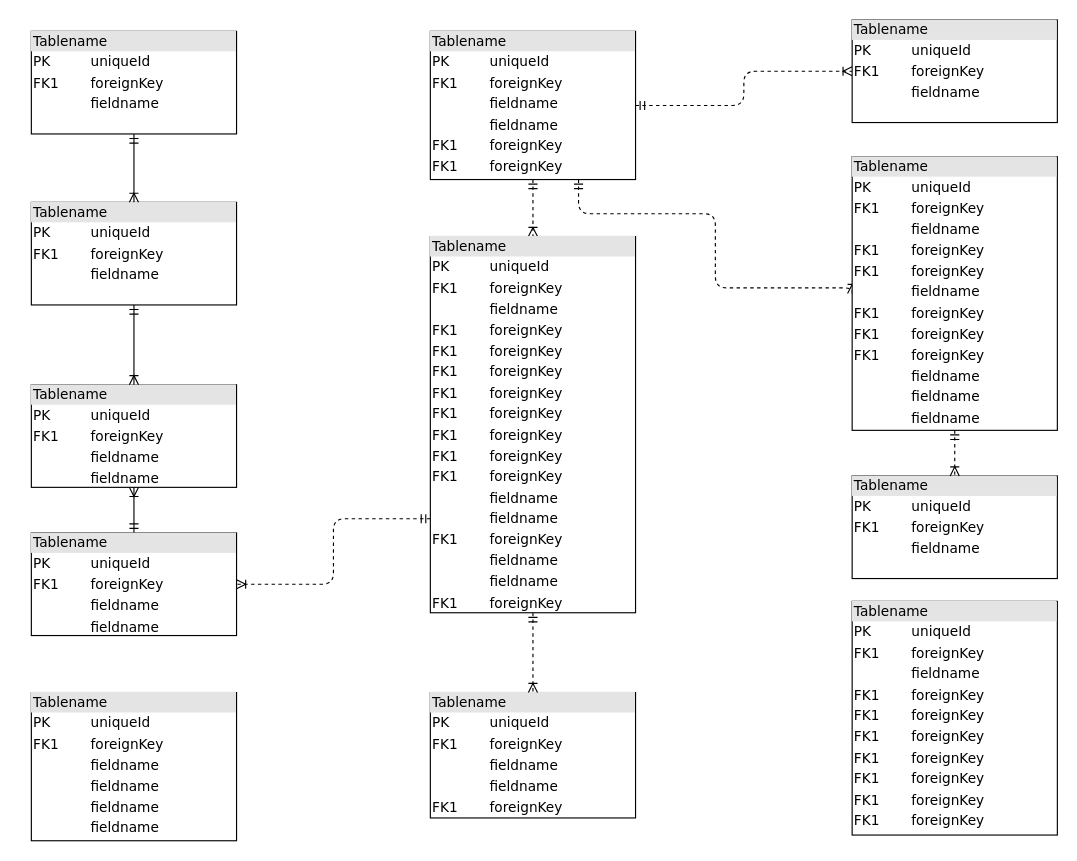
Earlier version of the draw.io diagram act2/Untitled Diagram.drawio (DemiurgeApeiron/A01028325-InternetOfThings). Source tidied: cells renumbered, new cells numbered last; positions are measured from the earlier drawing's top-left corner, leaving out a move shared by most shapes. Both pictures are drawn from the tidied source at 114%, with x=0, y=0 at pixel (31, 19).
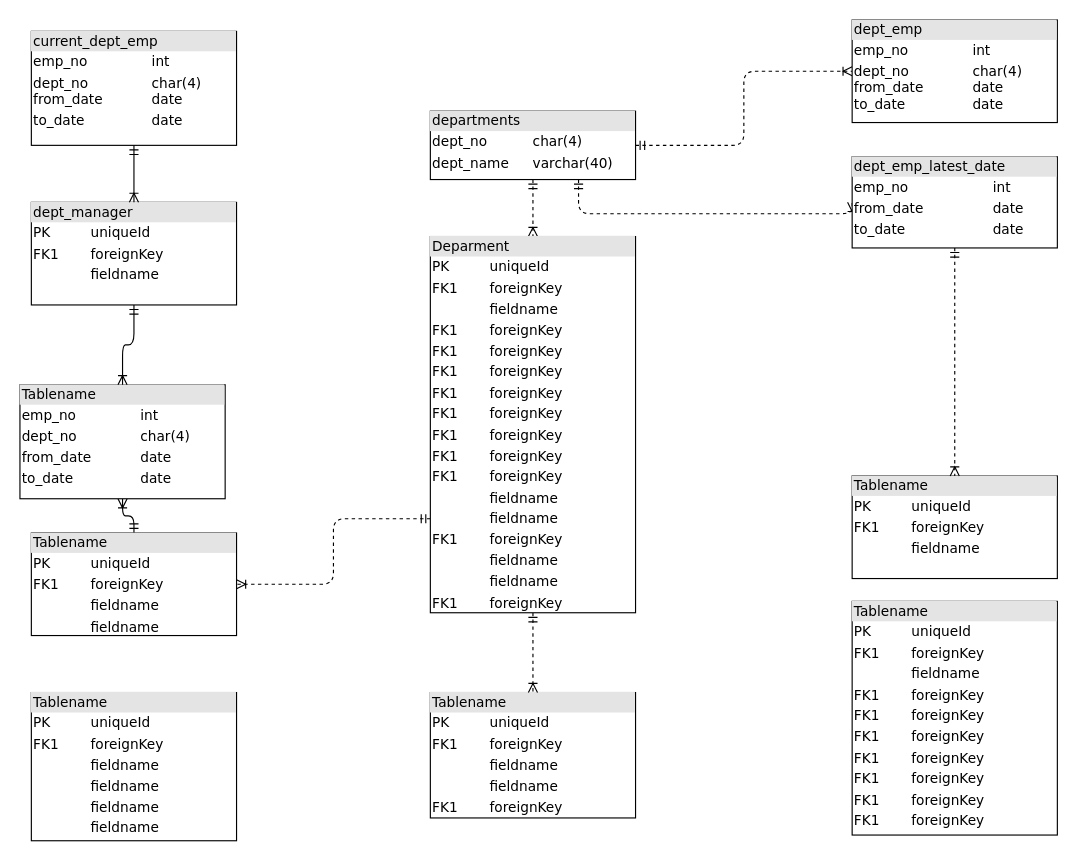
Above is the later version.

Change to the diagram source:
```diff
@@
-    <mxCell id="2" value="&lt;div style=&quot;box-sizing:border-box;width:100%;background:#e4e4e4;padding:2px;&quot;&gt;Tablename&lt;/div&gt;&lt;table style=&quot;width:100%;font-size:1em;&quot; cellpadding=&quot;2&quot; cellspacing=&quot;0&quot;&gt;&lt;tr&gt;&lt;td&gt;PK&lt;/td&gt;&lt;td&gt;uniqueId&lt;/td&gt;&lt;/tr&gt;&lt;tr&gt;&lt;td&gt;FK1&lt;/td&gt;&lt;td&gt;foreignKey&lt;/td&gt;&lt;/tr&gt;&lt;tr&gt;&lt;td&gt;&lt;/td&gt;&lt;td&gt;fieldname&lt;/td&gt;&lt;/tr&gt;&lt;/table&gt;" style="verticalAlign=top;align=left;overflow=fill;html=1;rounded=0;shadow=0;comic=0;labelBackgroundColor=none;strokeWidth=1;fontFamily=Verdana;fontSize=12;" parent="1" vertex="1">
-      <mxGeometry y="10" width="180" height="90" as="geometry" />
+    <mxCell id="2" value="&lt;div style=&quot;box-sizing: border-box ; width: 100% ; background: #e4e4e4 ; padding: 2px&quot;&gt;current_dept_emp&lt;/div&gt;&lt;table style=&quot;width: 100% ; font-size: 1em&quot; cellspacing=&quot;0&quot; cellpadding=&quot;2&quot;&gt;&lt;tbody&gt;&lt;tr&gt;&lt;td&gt;emp_no&lt;br&gt;&lt;/td&gt;&lt;td&gt;int&lt;/td&gt;&lt;/tr&gt;&lt;tr&gt;&lt;td&gt;dept_no&lt;br&gt;from_date&lt;br&gt;&lt;/td&gt;&lt;td&gt;char(4)&lt;br&gt;date&lt;br&gt;&lt;/td&gt;&lt;/tr&gt;&lt;tr&gt;&lt;td&gt;to_date&lt;br&gt;&lt;/td&gt;&lt;td&gt;date&lt;/td&gt;&lt;/tr&gt;&lt;/tbody&gt;&lt;/table&gt;" style="verticalAlign=top;align=left;overflow=fill;html=1;rounded=0;shadow=0;comic=0;labelBackgroundColor=none;strokeWidth=1;fontFamily=Verdana;fontSize=12;" parent="1" vertex="1">
+      <mxGeometry y="10" width="180" height="100" as="geometry" />
     </mxCell>
@@
     <mxCell id="4" style="edgeStyle=orthogonalEdgeStyle;html=1;dashed=1;labelBackgroundColor=none;startArrow=ERmandOne;endArrow=ERoneToMany;fontFamily=Verdana;fontSize=12;align=left;entryX=0;entryY=0.5;" parent="1" edge="1" source="6" target="19">
       <mxGeometry relative="1" as="geometry">
         <Array as="points">
           <mxPoint x="480" y="170" />
-          <mxPoint x="600" y="170" />
-          <mxPoint x="600" y="235" />
+          <mxPoint x="720" y="170" />
         </Array>
       </mxGeometry>
     </mxCell>
@@
-    <mxCell id="6" value="&lt;div style=&quot;box-sizing: border-box ; width: 100% ; background: #e4e4e4 ; padding: 2px&quot;&gt;Tablename&lt;/div&gt;&lt;table style=&quot;width: 100% ; font-size: 1em&quot; cellpadding=&quot;2&quot; cellspacing=&quot;0&quot;&gt;&lt;tbody&gt;&lt;tr&gt;&lt;td&gt;PK&lt;/td&gt;&lt;td&gt;uniqueId&lt;/td&gt;&lt;/tr&gt;&lt;tr&gt;&lt;td&gt;FK1&lt;/td&gt;&lt;td&gt;foreignKey&lt;/td&gt;&lt;/tr&gt;&lt;tr&gt;&lt;td&gt;&lt;/td&gt;&lt;td&gt;fieldname&lt;/td&gt;&lt;/tr&gt;&lt;tr&gt;&lt;td&gt;&lt;br&gt;&lt;/td&gt;&lt;td&gt;fieldname&lt;br&gt;&lt;/td&gt;&lt;/tr&gt;&lt;tr&gt;&lt;td&gt;FK1&lt;br&gt;&lt;/td&gt;&lt;td&gt;foreignKey&lt;br&gt;&lt;/td&gt;&lt;/tr&gt;&lt;tr&gt;&lt;td&gt;FK1&lt;br&gt;&lt;/td&gt;&lt;td&gt;foreignKey&lt;br&gt;&lt;/td&gt;&lt;/tr&gt;&lt;/tbody&gt;&lt;/table&gt;" style="verticalAlign=top;align=left;overflow=fill;html=1;rounded=0;shadow=0;comic=0;labelBackgroundColor=none;strokeWidth=1;fontFamily=Verdana;fontSize=12;" parent="1" vertex="1">
-      <mxGeometry x="350" y="10" width="180" height="130" as="geometry" />
+    <mxCell id="6" value="&lt;div style=&quot;box-sizing: border-box ; width: 100% ; background: #e4e4e4 ; padding: 2px&quot;&gt;departments&lt;/div&gt;&lt;table style=&quot;width: 100% ; font-size: 1em&quot; cellspacing=&quot;0&quot; cellpadding=&quot;2&quot;&gt;&lt;tbody&gt;&lt;tr&gt;&lt;td&gt;dept_no&lt;/td&gt;&lt;td&gt;char(4)&lt;/td&gt;&lt;/tr&gt;&lt;tr&gt;&lt;td&gt;dept_name&lt;/td&gt;&lt;td&gt;varchar(40)&lt;/td&gt;&lt;/tr&gt;&lt;tr&gt;&lt;td&gt;&lt;br&gt;&lt;/td&gt;&lt;td&gt;&lt;br&gt;&lt;/td&gt;&lt;/tr&gt;&lt;tr&gt;&lt;td&gt;&lt;br&gt;&lt;/td&gt;&lt;td&gt;&lt;br&gt;&lt;/td&gt;&lt;/tr&gt;&lt;tr&gt;&lt;td&gt;&lt;br&gt;&lt;/td&gt;&lt;td&gt;&lt;br&gt;&lt;/td&gt;&lt;/tr&gt;&lt;tr&gt;&lt;td&gt;&lt;br&gt;&lt;/td&gt;&lt;td&gt;&lt;br&gt;&lt;/td&gt;&lt;/tr&gt;&lt;/tbody&gt;&lt;/table&gt;" style="verticalAlign=top;align=left;overflow=fill;html=1;rounded=0;shadow=0;comic=0;labelBackgroundColor=none;strokeWidth=1;fontFamily=Verdana;fontSize=12;" parent="1" vertex="1">
+      <mxGeometry x="350" y="80" width="180" height="60" as="geometry" />
     </mxCell>
@@
-    <mxCell id="10" value="&lt;div style=&quot;box-sizing: border-box ; width: 100% ; background: #e4e4e4 ; padding: 2px&quot;&gt;Tablename&lt;/div&gt;&lt;table style=&quot;width: 100% ; font-size: 1em&quot; cellpadding=&quot;2&quot; cellspacing=&quot;0&quot;&gt;&lt;tbody&gt;&lt;tr&gt;&lt;td&gt;PK&lt;/td&gt;&lt;td&gt;uniqueId&lt;/td&gt;&lt;/tr&gt;&lt;tr&gt;&lt;td&gt;FK1&lt;/td&gt;&lt;td&gt;foreignKey&lt;/td&gt;&lt;/tr&gt;&lt;tr&gt;&lt;td&gt;&lt;/td&gt;&lt;td&gt;fieldname&lt;/td&gt;&lt;/tr&gt;&lt;tr&gt;&lt;td&gt;&lt;br&gt;&lt;/td&gt;&lt;td&gt;fieldname&lt;br&gt;&lt;/td&gt;&lt;/tr&gt;&lt;/tbody&gt;&lt;/table&gt;" style="verticalAlign=top;align=left;overflow=fill;html=1;rounded=0;shadow=0;comic=0;labelBackgroundColor=none;strokeWidth=1;fontFamily=Verdana;fontSize=12;" parent="1" vertex="1">
-      <mxGeometry y="320" width="180" height="90" as="geometry" />
+    <mxCell id="10" value="&lt;div style=&quot;box-sizing: border-box ; width: 100% ; background: #e4e4e4 ; padding: 2px&quot;&gt;Tablename&lt;/div&gt;&lt;table style=&quot;width: 100% ; font-size: 1em&quot; cellspacing=&quot;0&quot; cellpadding=&quot;2&quot;&gt;&lt;tbody&gt;&lt;tr&gt;&lt;td&gt;emp_no&lt;/td&gt;&lt;td&gt;int&lt;/td&gt;&lt;/tr&gt;&lt;tr&gt;&lt;td&gt;dept_no&lt;/td&gt;&lt;td&gt;char(4)&lt;/td&gt;&lt;/tr&gt;&lt;tr&gt;&lt;td&gt;from_date&lt;br&gt;&lt;/td&gt;&lt;td&gt;date&lt;/td&gt;&lt;/tr&gt;&lt;tr&gt;&lt;td&gt;to_date&lt;br&gt;&lt;/td&gt;&lt;td&gt;date&lt;br&gt;&lt;/td&gt;&lt;/tr&gt;&lt;/tbody&gt;&lt;/table&gt;" style="verticalAlign=top;align=left;overflow=fill;html=1;rounded=0;shadow=0;comic=0;labelBackgroundColor=none;strokeWidth=1;fontFamily=Verdana;fontSize=12;" parent="1" vertex="1">
+      <mxGeometry x="-10" y="320" width="180" height="100" as="geometry" />
     </mxCell>
@@
-    <mxCell id="12" value="&lt;div style=&quot;box-sizing:border-box;width:100%;background:#e4e4e4;padding:2px;&quot;&gt;Tablename&lt;/div&gt;&lt;table style=&quot;width:100%;font-size:1em;&quot; cellpadding=&quot;2&quot; cellspacing=&quot;0&quot;&gt;&lt;tr&gt;&lt;td&gt;PK&lt;/td&gt;&lt;td&gt;uniqueId&lt;/td&gt;&lt;/tr&gt;&lt;tr&gt;&lt;td&gt;FK1&lt;/td&gt;&lt;td&gt;foreignKey&lt;/td&gt;&lt;/tr&gt;&lt;tr&gt;&lt;td&gt;&lt;/td&gt;&lt;td&gt;fieldname&lt;/td&gt;&lt;/tr&gt;&lt;/table&gt;" style="verticalAlign=top;align=left;overflow=fill;html=1;rounded=0;shadow=0;comic=0;labelBackgroundColor=none;strokeWidth=1;fontFamily=Verdana;fontSize=12;" parent="1" vertex="1">
+    <mxCell id="12" value="&lt;div style=&quot;box-sizing: border-box ; width: 100% ; background: #e4e4e4 ; padding: 2px&quot;&gt;dept_manager&lt;/div&gt;&lt;table style=&quot;width: 100% ; font-size: 1em&quot; cellspacing=&quot;0&quot; cellpadding=&quot;2&quot;&gt;&lt;tbody&gt;&lt;tr&gt;&lt;td&gt;PK&lt;/td&gt;&lt;td&gt;uniqueId&lt;/td&gt;&lt;/tr&gt;&lt;tr&gt;&lt;td&gt;FK1&lt;/td&gt;&lt;td&gt;foreignKey&lt;/td&gt;&lt;/tr&gt;&lt;tr&gt;&lt;td&gt;&lt;br&gt;&lt;/td&gt;&lt;td&gt;fieldname&lt;/td&gt;&lt;/tr&gt;&lt;/tbody&gt;&lt;/table&gt;" style="verticalAlign=top;align=left;overflow=fill;html=1;rounded=0;shadow=0;comic=0;labelBackgroundColor=none;strokeWidth=1;fontFamily=Verdana;fontSize=12;" parent="1" vertex="1">
       <mxGeometry y="160" width="180" height="90" as="geometry" />
     </mxCell>
@@
-    <mxCell id="16" value="&lt;div style=&quot;box-sizing: border-box ; width: 100% ; background: #e4e4e4 ; padding: 2px&quot;&gt;Tablename&lt;/div&gt;&lt;table style=&quot;width: 100% ; font-size: 1em&quot; cellpadding=&quot;2&quot; cellspacing=&quot;0&quot;&gt;&lt;tbody&gt;&lt;tr&gt;&lt;td&gt;PK&lt;/td&gt;&lt;td&gt;uniqueId&lt;/td&gt;&lt;/tr&gt;&lt;tr&gt;&lt;td&gt;FK1&lt;/td&gt;&lt;td&gt;foreignKey&lt;/td&gt;&lt;/tr&gt;&lt;tr&gt;&lt;td&gt;&lt;/td&gt;&lt;td&gt;fieldname&lt;/td&gt;&lt;/tr&gt;&lt;tr&gt;&lt;td&gt;FK1&lt;br&gt;&lt;/td&gt;&lt;td&gt;foreignKey&lt;br&gt;&lt;/td&gt;&lt;/tr&gt;&lt;tr&gt;&lt;td&gt;FK1&lt;br&gt;&lt;/td&gt;&lt;td&gt;foreignKey&lt;br&gt;&lt;/td&gt;&lt;/tr&gt;&lt;tr&gt;&lt;td&gt;FK1&lt;br&gt;&lt;/td&gt;&lt;td&gt;foreignKey&lt;br&gt;&lt;/td&gt;&lt;/tr&gt;&lt;tr&gt;&lt;td&gt;FK1&lt;br&gt;&lt;/td&gt;&lt;td&gt;foreignKey&lt;br&gt;&lt;/td&gt;&lt;/tr&gt;&lt;tr&gt;&lt;td&gt;FK1&lt;br&gt;&lt;/td&gt;&lt;td&gt;foreignKey&lt;br&gt;&lt;/td&gt;&lt;/tr&gt;&lt;tr&gt;&lt;td&gt;FK1&lt;br&gt;&lt;/td&gt;&lt;td&gt;foreignKey&lt;br&gt;&lt;/td&gt;&lt;/tr&gt;&lt;tr&gt;&lt;td&gt;FK1&lt;br&gt;&lt;/td&gt;&lt;td&gt;foreignKey&lt;br&gt;&lt;/td&gt;&lt;/tr&gt;&lt;tr&gt;&lt;td&gt;FK1&lt;br&gt;&lt;/td&gt;&lt;td&gt;foreignKey&lt;br&gt;&lt;/td&gt;&lt;/tr&gt;&lt;tr&gt;&lt;td&gt;&lt;br&gt;&lt;/td&gt;&lt;td&gt;fieldname&lt;br&gt;&lt;/td&gt;&lt;/tr&gt;&lt;tr&gt;&lt;td&gt;&lt;br&gt;&lt;/td&gt;&lt;td&gt;fieldname&lt;br&gt;&lt;/td&gt;&lt;/tr&gt;&lt;tr&gt;&lt;td&gt;FK1&lt;br&gt;&lt;/td&gt;&lt;td&gt;foreignKey&lt;br&gt;&lt;/td&gt;&lt;/tr&gt;&lt;tr&gt;&lt;td&gt;&lt;br&gt;&lt;/td&gt;&lt;td&gt;fieldname&lt;br&gt;&lt;/td&gt;&lt;/tr&gt;&lt;tr&gt;&lt;td&gt;&lt;br&gt;&lt;/td&gt;&lt;td&gt;fieldname&lt;br&gt;&lt;/td&gt;&lt;/tr&gt;&lt;tr&gt;&lt;td&gt;FK1&lt;br&gt;&lt;/td&gt;&lt;td&gt;foreignKey&lt;br&gt;&lt;/td&gt;&lt;/tr&gt;&lt;/tbody&gt;&lt;/table&gt;" style="verticalAlign=top;align=left;overflow=fill;html=1;rounded=0;shadow=0;comic=0;labelBackgroundColor=none;strokeWidth=1;fontFamily=Verdana;fontSize=12;" parent="1" vertex="1">
+    <mxCell id="16" value="&lt;div style=&quot;box-sizing: border-box ; width: 100% ; background: #e4e4e4 ; padding: 2px&quot;&gt;Deparment&lt;/div&gt;&lt;table style=&quot;width: 100% ; font-size: 1em&quot; cellspacing=&quot;0&quot; cellpadding=&quot;2&quot;&gt;&lt;tbody&gt;&lt;tr&gt;&lt;td&gt;PK&lt;/td&gt;&lt;td&gt;uniqueId&lt;/td&gt;&lt;/tr&gt;&lt;tr&gt;&lt;td&gt;FK1&lt;/td&gt;&lt;td&gt;foreignKey&lt;/td&gt;&lt;/tr&gt;&lt;tr&gt;&lt;td&gt;&lt;br&gt;&lt;/td&gt;&lt;td&gt;fieldname&lt;/td&gt;&lt;/tr&gt;&lt;tr&gt;&lt;td&gt;FK1&lt;br&gt;&lt;/td&gt;&lt;td&gt;foreignKey&lt;br&gt;&lt;/td&gt;&lt;/tr&gt;&lt;tr&gt;&lt;td&gt;FK1&lt;br&gt;&lt;/td&gt;&lt;td&gt;foreignKey&lt;br&gt;&lt;/td&gt;&lt;/tr&gt;&lt;tr&gt;&lt;td&gt;FK1&lt;br&gt;&lt;/td&gt;&lt;td&gt;foreignKey&lt;br&gt;&lt;/td&gt;&lt;/tr&gt;&lt;tr&gt;&lt;td&gt;FK1&lt;br&gt;&lt;/td&gt;&lt;td&gt;foreignKey&lt;br&gt;&lt;/td&gt;&lt;/tr&gt;&lt;tr&gt;&lt;td&gt;FK1&lt;br&gt;&lt;/td&gt;&lt;td&gt;foreignKey&lt;br&gt;&lt;/td&gt;&lt;/tr&gt;&lt;tr&gt;&lt;td&gt;FK1&lt;br&gt;&lt;/td&gt;&lt;td&gt;foreignKey&lt;br&gt;&lt;/td&gt;&lt;/tr&gt;&lt;tr&gt;&lt;td&gt;FK1&lt;br&gt;&lt;/td&gt;&lt;td&gt;foreignKey&lt;br&gt;&lt;/td&gt;&lt;/tr&gt;&lt;tr&gt;&lt;td&gt;FK1&lt;br&gt;&lt;/td&gt;&lt;td&gt;foreignKey&lt;br&gt;&lt;/td&gt;&lt;/tr&gt;&lt;tr&gt;&lt;td&gt;&lt;br&gt;&lt;/td&gt;&lt;td&gt;fieldname&lt;br&gt;&lt;/td&gt;&lt;/tr&gt;&lt;tr&gt;&lt;td&gt;&lt;br&gt;&lt;/td&gt;&lt;td&gt;fieldname&lt;br&gt;&lt;/td&gt;&lt;/tr&gt;&lt;tr&gt;&lt;td&gt;FK1&lt;br&gt;&lt;/td&gt;&lt;td&gt;foreignKey&lt;br&gt;&lt;/td&gt;&lt;/tr&gt;&lt;tr&gt;&lt;td&gt;&lt;br&gt;&lt;/td&gt;&lt;td&gt;fieldname&lt;br&gt;&lt;/td&gt;&lt;/tr&gt;&lt;tr&gt;&lt;td&gt;&lt;br&gt;&lt;/td&gt;&lt;td&gt;fieldname&lt;br&gt;&lt;/td&gt;&lt;/tr&gt;&lt;tr&gt;&lt;td&gt;FK1&lt;br&gt;&lt;/td&gt;&lt;td&gt;foreignKey&lt;br&gt;&lt;/td&gt;&lt;/tr&gt;&lt;/tbody&gt;&lt;/table&gt;" style="verticalAlign=top;align=left;overflow=fill;html=1;rounded=0;shadow=0;comic=0;labelBackgroundColor=none;strokeWidth=1;fontFamily=Verdana;fontSize=12;" parent="1" vertex="1">
       <mxGeometry x="350" y="190" width="180" height="330" as="geometry" />
     </mxCell>
@@
-    <mxCell id="19" value="&lt;div style=&quot;box-sizing: border-box ; width: 100% ; background: #e4e4e4 ; padding: 2px&quot;&gt;Tablename&lt;/div&gt;&lt;table style=&quot;width: 100% ; font-size: 1em&quot; cellpadding=&quot;2&quot; cellspacing=&quot;0&quot;&gt;&lt;tbody&gt;&lt;tr&gt;&lt;td&gt;PK&lt;/td&gt;&lt;td&gt;uniqueId&lt;/td&gt;&lt;/tr&gt;&lt;tr&gt;&lt;td&gt;FK1&lt;/td&gt;&lt;td&gt;foreignKey&lt;/td&gt;&lt;/tr&gt;&lt;tr&gt;&lt;td&gt;&lt;/td&gt;&lt;td&gt;fieldname&lt;/td&gt;&lt;/tr&gt;&lt;tr&gt;&lt;td&gt;FK1&lt;br&gt;&lt;/td&gt;&lt;td&gt;foreignKey&lt;br&gt;&lt;/td&gt;&lt;/tr&gt;&lt;tr&gt;&lt;td&gt;FK1&lt;br&gt;&lt;/td&gt;&lt;td&gt;foreignKey&lt;br&gt;&lt;/td&gt;&lt;/tr&gt;&lt;tr&gt;&lt;td&gt;&lt;br&gt;&lt;/td&gt;&lt;td&gt;fieldname&lt;br&gt;&lt;/td&gt;&lt;/tr&gt;&lt;tr&gt;&lt;td&gt;FK1&lt;br&gt;&lt;/td&gt;&lt;td&gt;foreignKey&lt;br&gt;&lt;/td&gt;&lt;/tr&gt;&lt;tr&gt;&lt;td&gt;FK1&lt;br&gt;&lt;/td&gt;&lt;td&gt;foreignKey&lt;br&gt;&lt;/td&gt;&lt;/tr&gt;&lt;tr&gt;&lt;td&gt;FK1&lt;br&gt;&lt;/td&gt;&lt;td&gt;foreignKey&lt;br&gt;&lt;/td&gt;&lt;/tr&gt;&lt;tr&gt;&lt;td&gt;&lt;br&gt;&lt;/td&gt;&lt;td&gt;fieldname&lt;br&gt;&lt;/td&gt;&lt;/tr&gt;&lt;tr&gt;&lt;td&gt;&lt;br&gt;&lt;/td&gt;&lt;td&gt;fieldname&lt;br&gt;&lt;/td&gt;&lt;/tr&gt;&lt;tr&gt;&lt;td&gt;&lt;br&gt;&lt;/td&gt;&lt;td&gt;fieldname&lt;br&gt;&lt;/td&gt;&lt;/tr&gt;&lt;/tbody&gt;&lt;/table&gt;" style="verticalAlign=top;align=left;overflow=fill;html=1;rounded=0;shadow=0;comic=0;labelBackgroundColor=none;strokeWidth=1;fontFamily=Verdana;fontSize=12;" parent="1" vertex="1">
-      <mxGeometry x="720" y="120" width="180" height="240" as="geometry" />
+    <mxCell id="19" value="&lt;div style=&quot;box-sizing: border-box ; width: 100% ; background: #e4e4e4 ; padding: 2px&quot;&gt;dept_emp_latest_date&lt;/div&gt;&lt;table style=&quot;width: 100% ; font-size: 1em&quot; cellspacing=&quot;0&quot; cellpadding=&quot;2&quot;&gt;&lt;tbody&gt;&lt;tr&gt;&lt;td&gt;emp_no&lt;/td&gt;&lt;td&gt;int&lt;/td&gt;&lt;/tr&gt;&lt;tr&gt;&lt;td&gt;from_date&lt;/td&gt;&lt;td&gt;date&lt;/td&gt;&lt;/tr&gt;&lt;tr&gt;&lt;td&gt;to_date&lt;/td&gt;&lt;td&gt;date&lt;/td&gt;&lt;/tr&gt;&lt;tr&gt;&lt;td&gt;&lt;br&gt;&lt;/td&gt;&lt;td&gt;&lt;br&gt;&lt;/td&gt;&lt;/tr&gt;&lt;tr&gt;&lt;td&gt;&lt;br&gt;&lt;/td&gt;&lt;td&gt;&lt;br&gt;&lt;/td&gt;&lt;/tr&gt;&lt;tr&gt;&lt;td&gt;&lt;br&gt;&lt;/td&gt;&lt;td&gt;&lt;br&gt;&lt;/td&gt;&lt;/tr&gt;&lt;tr&gt;&lt;td&gt;&lt;br&gt;&lt;/td&gt;&lt;td&gt;&lt;br&gt;&lt;/td&gt;&lt;/tr&gt;&lt;tr&gt;&lt;td&gt;&lt;br&gt;&lt;/td&gt;&lt;td&gt;&lt;br&gt;&lt;/td&gt;&lt;/tr&gt;&lt;tr&gt;&lt;td&gt;&lt;br&gt;&lt;/td&gt;&lt;td&gt;&lt;br&gt;&lt;/td&gt;&lt;/tr&gt;&lt;tr&gt;&lt;td&gt;&lt;br&gt;&lt;/td&gt;&lt;td&gt;&lt;br&gt;&lt;/td&gt;&lt;/tr&gt;&lt;tr&gt;&lt;td&gt;&lt;br&gt;&lt;/td&gt;&lt;td&gt;&lt;br&gt;&lt;/td&gt;&lt;/tr&gt;&lt;tr&gt;&lt;td&gt;&lt;br&gt;&lt;/td&gt;&lt;td&gt;&lt;br&gt;&lt;/td&gt;&lt;/tr&gt;&lt;/tbody&gt;&lt;/table&gt;" style="verticalAlign=top;align=left;overflow=fill;html=1;rounded=0;shadow=0;comic=0;labelBackgroundColor=none;strokeWidth=1;fontFamily=Verdana;fontSize=12;" parent="1" vertex="1">
+      <mxGeometry x="720" y="120" width="180" height="80" as="geometry" />
     </mxCell>
-    <mxCell id="20" value="&lt;div style=&quot;box-sizing:border-box;width:100%;background:#e4e4e4;padding:2px;&quot;&gt;Tablename&lt;/div&gt;&lt;table style=&quot;width:100%;font-size:1em;&quot; cellpadding=&quot;2&quot; cellspacing=&quot;0&quot;&gt;&lt;tr&gt;&lt;td&gt;PK&lt;/td&gt;&lt;td&gt;uniqueId&lt;/td&gt;&lt;/tr&gt;&lt;tr&gt;&lt;td&gt;FK1&lt;/td&gt;&lt;td&gt;foreignKey&lt;/td&gt;&lt;/tr&gt;&lt;tr&gt;&lt;td&gt;&lt;/td&gt;&lt;td&gt;fieldname&lt;/td&gt;&lt;/tr&gt;&lt;/table&gt;" style="verticalAlign=top;align=left;overflow=fill;html=1;rounded=0;shadow=0;comic=0;labelBackgroundColor=none;strokeWidth=1;fontFamily=Verdana;fontSize=12;" parent="1" vertex="1">
+    <mxCell id="20" value="&lt;div style=&quot;box-sizing: border-box ; width: 100% ; background: #e4e4e4 ; padding: 2px&quot;&gt;dept_emp&lt;/div&gt;&lt;table style=&quot;width: 100% ; font-size: 1em&quot; cellspacing=&quot;0&quot; cellpadding=&quot;2&quot;&gt;&lt;tbody&gt;&lt;tr&gt;&lt;td&gt;emp_no&lt;/td&gt;&lt;td&gt;int&lt;/td&gt;&lt;/tr&gt;&lt;tr&gt;&lt;td&gt;dept_no&lt;br&gt;from_date&lt;br&gt;to_date&lt;br&gt;&lt;/td&gt;&lt;td&gt;char(4)&lt;br&gt;date&lt;br&gt;date&lt;br&gt;&lt;/td&gt;&lt;/tr&gt;&lt;tr&gt;&lt;td&gt;&lt;br&gt;&lt;/td&gt;&lt;td&gt;&lt;br&gt;&lt;/td&gt;&lt;/tr&gt;&lt;/tbody&gt;&lt;/table&gt;" style="verticalAlign=top;align=left;overflow=fill;html=1;rounded=0;shadow=0;comic=0;labelBackgroundColor=none;strokeWidth=1;fontFamily=Verdana;fontSize=12;" parent="1" vertex="1">
       <mxGeometry x="720" width="180" height="90" as="geometry" />
     </mxCell>
```
